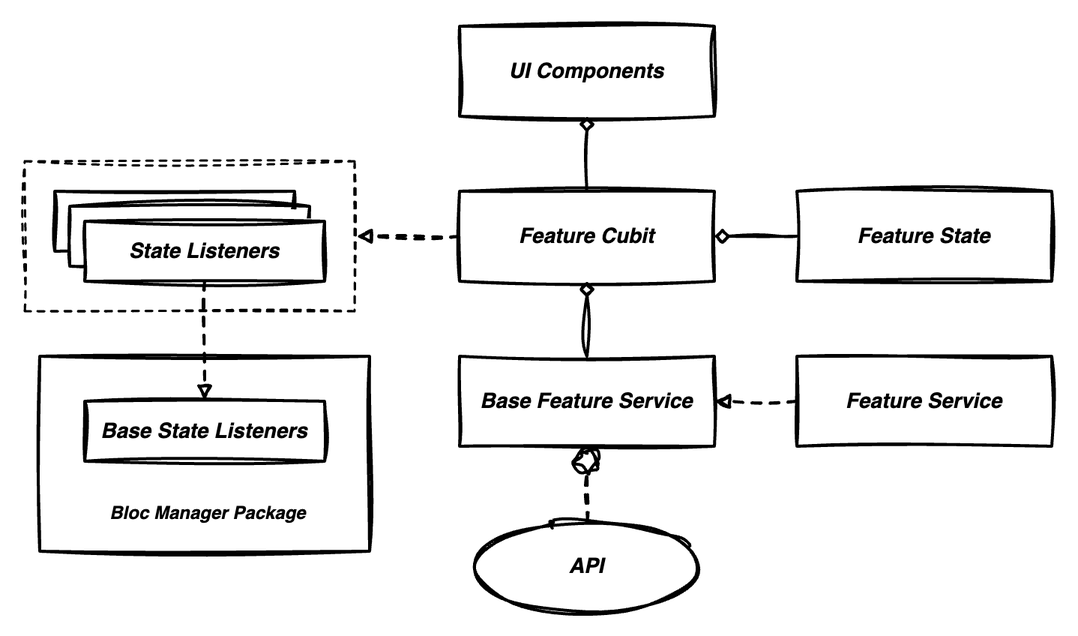
Earlier version of the draw.io export go_architecture.drawio.png (hamed-rezaee/flutter_component_architecture_poc). Source tidied: cells renumbered, new cells last; positions are measured from the earlier drawing's top-left corner, leaving out a move shared by most shapes.
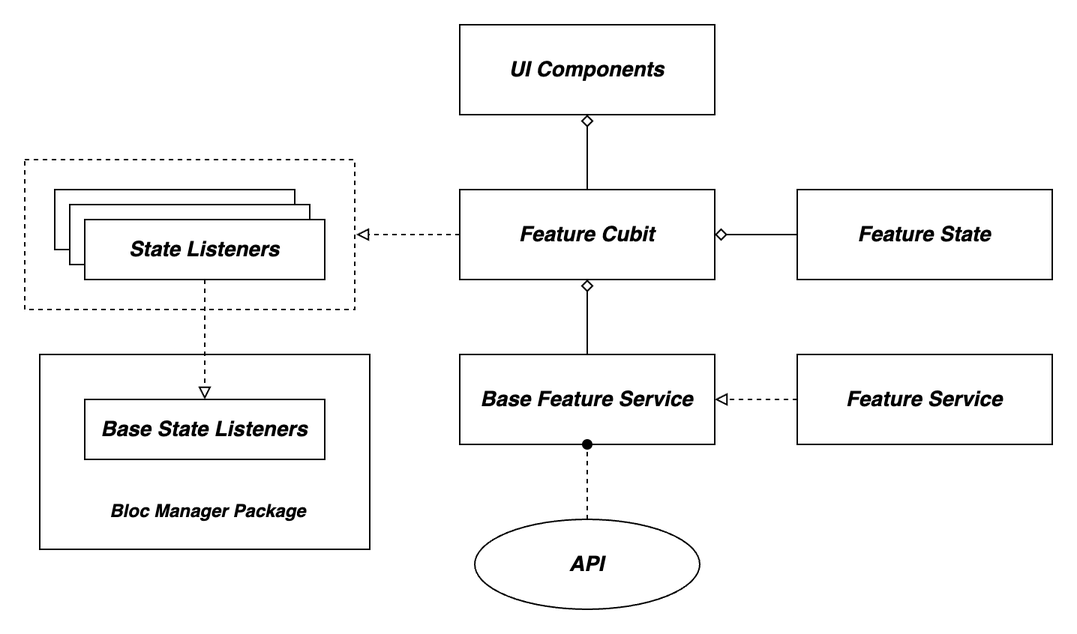
Above is the later version.

Change to the diagram source:
```diff
@@ -2,64 +2,64 @@
   <root>
     <mxCell id="0" />
     <mxCell id="1" parent="0" />
-    <mxCell id="2" style="rounded=0;whiteSpace=wrap;html=1;fontSize=14;sketch=1;curveFitting=1;jiggle=2;fontStyle=0;startSize=50;strokeWidth=2;shadow=0;dashed=0;arcSize=4;" parent="1" vertex="1">
+    <mxCell id="2" style="rounded=0;whiteSpace=wrap;html=1;fontSize=14;fontStyle=0;startSize=50;strokeWidth=1;shadow=0;dashed=0;arcSize=4;" parent="1" vertex="1">
       <mxGeometry x="10" y="220" width="220" height="130" as="geometry" />
     </mxCell>
-    <mxCell id="3" value="&lt;b&gt;&lt;i&gt;&lt;font style=&quot;font-size: 14px;&quot;&gt;Base Feature Service&lt;br&gt;&lt;/font&gt;&lt;/i&gt;&lt;/b&gt;" style="rounded=0;whiteSpace=wrap;html=1;sketch=1;curveFitting=1;jiggle=2;fontSize=14;fontStyle=0;startSize=50;strokeWidth=2;shadow=0;dashed=0;arcSize=4;" parent="1" vertex="1">
+    <mxCell id="3" value="&lt;b&gt;&lt;i&gt;&lt;font style=&quot;font-size: 14px;&quot;&gt;Base Feature Service&lt;br&gt;&lt;/font&gt;&lt;/i&gt;&lt;/b&gt;" style="rounded=0;whiteSpace=wrap;html=1;fontSize=14;fontStyle=0;startSize=50;strokeWidth=1;shadow=0;dashed=0;arcSize=4;" parent="1" vertex="1">
       <mxGeometry x="290" y="220" width="170" height="60" as="geometry" />
     </mxCell>
-    <mxCell id="4" style="edgeStyle=orthogonalEdgeStyle;rounded=0;jettySize=auto;html=1;exitX=0.5;exitY=0;exitDx=0;exitDy=0;entryX=0.5;entryY=1;entryDx=0;entryDy=0;endArrow=diamond;endFill=0;sketch=1;curveFitting=1;jiggle=2;strokeWidth=2;" parent="1" edge="1" source="3" target="9">
+    <mxCell id="4" style="edgeStyle=orthogonalEdgeStyle;rounded=0;jettySize=auto;html=1;exitX=0.5;exitY=0;exitDx=0;exitDy=0;entryX=0.5;entryY=1;entryDx=0;entryDy=0;endArrow=diamond;endFill=0;strokeWidth=1;" parent="1" edge="1" source="3" target="9">
       <mxGeometry relative="1" as="geometry" />
     </mxCell>
-    <mxCell id="5" style="edgeStyle=orthogonalEdgeStyle;rounded=0;jettySize=auto;html=1;entryX=0.5;entryY=1;entryDx=0;entryDy=0;endArrow=circle;endFill=0;sketch=1;curveFitting=1;jiggle=2;dashed=1;strokeWidth=2;exitX=0.5;exitY=0;exitDx=0;exitDy=0;" parent="1" edge="1" source="6" target="3">
+    <mxCell id="5" style="edgeStyle=orthogonalEdgeStyle;rounded=0;jettySize=auto;html=1;entryX=0.5;entryY=1;entryDx=0;entryDy=0;endArrow=oval;endFill=1;dashed=1;strokeWidth=1;exitX=0.5;exitY=0;exitDx=0;exitDy=0;" parent="1" edge="1" source="6" target="3">
       <mxGeometry relative="1" as="geometry" />
     </mxCell>
-    <mxCell id="6" value="&lt;font style=&quot;font-size: 14px;&quot;&gt;&lt;i&gt;API&lt;/i&gt;&lt;/font&gt;" style="ellipse;whiteSpace=wrap;html=1;fontStyle=1;fontSize=12;sketch=1;curveFitting=1;jiggle=2;strokeWidth=2;" parent="1" vertex="1">
+    <mxCell id="6" value="&lt;font style=&quot;font-size: 14px;&quot;&gt;&lt;i&gt;API&lt;/i&gt;&lt;/font&gt;" style="ellipse;whiteSpace=wrap;html=1;fontStyle=1;fontSize=12;strokeWidth=1;" parent="1" vertex="1">
       <mxGeometry x="300" y="330" width="150" height="60" as="geometry" />
     </mxCell>
-    <mxCell id="7" value="&lt;b&gt;&lt;i&gt;Feature State&lt;/i&gt;&lt;/b&gt;" style="rounded=0;whiteSpace=wrap;html=1;sketch=1;curveFitting=1;jiggle=2;fontSize=14;fontStyle=0;startSize=50;strokeWidth=2;shadow=0;dashed=0;arcSize=4;" parent="1" vertex="1">
+    <mxCell id="7" value="&lt;b&gt;&lt;i&gt;Feature State&lt;/i&gt;&lt;/b&gt;" style="rounded=0;whiteSpace=wrap;html=1;fontSize=14;fontStyle=0;startSize=50;strokeWidth=1;shadow=0;dashed=0;arcSize=4;" parent="1" vertex="1">
       <mxGeometry x="515" y="110" width="170" height="60" as="geometry" />
     </mxCell>
-    <mxCell id="8" style="edgeStyle=orthogonalEdgeStyle;rounded=0;jettySize=auto;html=1;exitX=0;exitY=0.5;exitDx=0;exitDy=0;entryX=1;entryY=0.5;entryDx=0;entryDy=0;endArrow=block;endFill=0;sketch=1;curveFitting=1;jiggle=2;strokeWidth=2;dashed=1;" parent="1" edge="1" source="9" target="15">
+    <mxCell id="8" style="edgeStyle=orthogonalEdgeStyle;rounded=0;jettySize=auto;html=1;exitX=0;exitY=0.5;exitDx=0;exitDy=0;entryX=1;entryY=0.5;entryDx=0;entryDy=0;endArrow=block;endFill=0;strokeWidth=1;dashed=1;" parent="1" edge="1" source="9" target="15">
       <mxGeometry relative="1" as="geometry" />
     </mxCell>
-    <mxCell id="9" value="&lt;b&gt;&lt;i&gt;Feature Cubit&lt;/i&gt;&lt;/b&gt;" style="rounded=0;whiteSpace=wrap;html=1;sketch=1;curveFitting=1;jiggle=2;fontSize=14;fontStyle=0;startSize=50;strokeWidth=2;shadow=0;dashed=0;arcSize=4;" parent="1" vertex="1">
+    <mxCell id="9" value="&lt;b&gt;&lt;i&gt;Feature Cubit&lt;/i&gt;&lt;/b&gt;" style="rounded=0;whiteSpace=wrap;html=1;fontSize=14;fontStyle=0;startSize=50;strokeWidth=1;shadow=0;dashed=0;arcSize=4;" parent="1" vertex="1">
       <mxGeometry x="290" y="110" width="170" height="60" as="geometry" />
     </mxCell>
-    <mxCell id="10" value="&lt;b&gt;&lt;i&gt;UI Components&lt;/i&gt;&lt;/b&gt;" style="rounded=0;whiteSpace=wrap;html=1;sketch=1;curveFitting=1;jiggle=2;fontSize=14;fontStyle=0;startSize=50;strokeWidth=2;shadow=0;dashed=0;arcSize=4;" parent="1" vertex="1">
+    <mxCell id="10" value="&lt;b&gt;&lt;i&gt;UI Components&lt;/i&gt;&lt;/b&gt;" style="rounded=0;whiteSpace=wrap;html=1;fontSize=14;fontStyle=0;startSize=50;strokeWidth=1;shadow=0;dashed=0;arcSize=4;" parent="1" vertex="1">
       <mxGeometry x="290" width="170" height="60" as="geometry" />
     </mxCell>
-    <mxCell id="11" style="edgeStyle=orthogonalEdgeStyle;rounded=0;jettySize=auto;html=1;exitX=0.5;exitY=0;exitDx=0;exitDy=0;entryX=0.5;entryY=1;entryDx=0;entryDy=0;endArrow=diamond;endFill=0;sketch=1;curveFitting=1;jiggle=2;strokeWidth=2;" parent="1" edge="1" source="9" target="10">
+    <mxCell id="11" style="edgeStyle=orthogonalEdgeStyle;rounded=0;jettySize=auto;html=1;exitX=0.5;exitY=0;exitDx=0;exitDy=0;entryX=0.5;entryY=1;entryDx=0;entryDy=0;endArrow=diamond;endFill=0;strokeWidth=1;" parent="1" edge="1" source="9" target="10">
       <mxGeometry relative="1" as="geometry" />
     </mxCell>
-    <mxCell id="12" style="edgeStyle=orthogonalEdgeStyle;rounded=0;jettySize=auto;html=1;exitX=0;exitY=0.5;exitDx=0;exitDy=0;entryX=1;entryY=0.5;entryDx=0;entryDy=0;endArrow=block;endFill=0;sketch=1;curveFitting=1;jiggle=2;strokeWidth=2;dashed=1;" parent="1" edge="1" source="13" target="3">
+    <mxCell id="12" style="edgeStyle=orthogonalEdgeStyle;rounded=0;jettySize=auto;html=1;exitX=0;exitY=0.5;exitDx=0;exitDy=0;entryX=1;entryY=0.5;entryDx=0;entryDy=0;endArrow=block;endFill=0;strokeWidth=1;dashed=1;" parent="1" edge="1" source="13" target="3">
       <mxGeometry relative="1" as="geometry" />
     </mxCell>
-    <mxCell id="13" value="&lt;font style=&quot;&quot;&gt;&lt;b style=&quot;&quot;&gt;&lt;i&gt;Feature Service&lt;/i&gt;&lt;/b&gt;&lt;br&gt;&lt;/font&gt;" style="rounded=0;whiteSpace=wrap;html=1;sketch=1;curveFitting=1;jiggle=2;fontSize=14;fontStyle=0;startSize=50;strokeWidth=2;shadow=0;dashed=0;arcSize=4;" parent="1" vertex="1">
+    <mxCell id="13" value="&lt;font style=&quot;&quot;&gt;&lt;b style=&quot;&quot;&gt;&lt;i&gt;Feature Service&lt;/i&gt;&lt;/b&gt;&lt;br&gt;&lt;/font&gt;" style="rounded=0;whiteSpace=wrap;html=1;fontSize=14;fontStyle=0;startSize=50;strokeWidth=1;shadow=0;dashed=0;arcSize=4;" parent="1" vertex="1">
       <mxGeometry x="515" y="220" width="170" height="60" as="geometry" />
     </mxCell>
-    <mxCell id="14" style="edgeStyle=orthogonalEdgeStyle;rounded=0;jettySize=auto;html=1;entryX=1;entryY=0.5;entryDx=0;entryDy=0;endArrow=diamond;endFill=0;sketch=1;curveFitting=1;jiggle=2;strokeWidth=2;" parent="1" edge="1" source="7" target="9">
+    <mxCell id="14" style="edgeStyle=orthogonalEdgeStyle;rounded=0;jettySize=auto;html=1;entryX=1;entryY=0.5;entryDx=0;entryDy=0;endArrow=diamond;endFill=0;strokeWidth=1;" parent="1" edge="1" source="7" target="9">
       <mxGeometry relative="1" as="geometry" />
     </mxCell>
-    <mxCell id="15" style="rounded=0;whiteSpace=wrap;html=1;dashed=1;shadow=0;glass=0;sketch=1;curveFitting=1;jiggle=2;strokeWidth=1.5;perimeterSpacing=1;" parent="1" vertex="1">
+    <mxCell id="15" style="rounded=0;whiteSpace=wrap;html=1;dashed=1;shadow=0;glass=0;strokeWidth=1;perimeterSpacing=1;" parent="1" vertex="1">
       <mxGeometry y="90" width="220" height="100" as="geometry" />
     </mxCell>
-    <mxCell id="16" value="&lt;b&gt;&lt;i&gt;&lt;font style=&quot;font-size: 14px;&quot;&gt;State Listeners&lt;br&gt;&lt;/font&gt;&lt;/i&gt;&lt;/b&gt;" style="rounded=0;whiteSpace=wrap;html=1;sketch=1;curveFitting=1;jiggle=2;fontSize=14;fontStyle=0;startSize=50;strokeWidth=2;shadow=0;dashed=0;arcSize=4;" parent="1" vertex="1">
+    <mxCell id="16" value="&lt;b&gt;&lt;i&gt;&lt;font style=&quot;font-size: 14px;&quot;&gt;State Listeners&lt;br&gt;&lt;/font&gt;&lt;/i&gt;&lt;/b&gt;" style="rounded=0;whiteSpace=wrap;html=1;fontSize=14;fontStyle=0;startSize=50;strokeWidth=1;shadow=0;dashed=0;arcSize=4;" parent="1" vertex="1">
       <mxGeometry x="20" y="110" width="160" height="40" as="geometry" />
     </mxCell>
-    <mxCell id="17" value="&lt;b&gt;&lt;i&gt;&lt;font style=&quot;font-size: 14px;&quot;&gt;State Listeners&lt;br&gt;&lt;/font&gt;&lt;/i&gt;&lt;/b&gt;" style="rounded=0;whiteSpace=wrap;html=1;sketch=1;curveFitting=1;jiggle=2;fontSize=14;fontStyle=0;startSize=50;strokeWidth=2;shadow=0;dashed=0;arcSize=4;" parent="1" vertex="1">
+    <mxCell id="17" value="&lt;b&gt;&lt;i&gt;&lt;font style=&quot;font-size: 14px;&quot;&gt;State Listeners&lt;br&gt;&lt;/font&gt;&lt;/i&gt;&lt;/b&gt;" style="rounded=0;whiteSpace=wrap;html=1;fontSize=14;fontStyle=0;startSize=50;strokeWidth=1;shadow=0;dashed=0;arcSize=4;" parent="1" vertex="1">
       <mxGeometry x="30" y="120" width="160" height="40" as="geometry" />
     </mxCell>
-    <mxCell id="18" value="&lt;b&gt;&lt;i&gt;&lt;font style=&quot;font-size: 14px;&quot;&gt;State Listeners&lt;br&gt;&lt;/font&gt;&lt;/i&gt;&lt;/b&gt;" style="rounded=0;whiteSpace=wrap;html=1;sketch=1;curveFitting=1;jiggle=2;fontSize=14;fontStyle=0;startSize=50;strokeWidth=2;shadow=0;dashed=0;arcSize=4;" parent="1" vertex="1">
+    <mxCell id="18" value="&lt;b&gt;&lt;i&gt;&lt;font style=&quot;font-size: 14px;&quot;&gt;State Listeners&lt;br&gt;&lt;/font&gt;&lt;/i&gt;&lt;/b&gt;" style="rounded=0;whiteSpace=wrap;html=1;fontSize=14;fontStyle=0;startSize=50;strokeWidth=1;shadow=0;dashed=0;arcSize=4;" parent="1" vertex="1">
       <mxGeometry x="40" y="130" width="160" height="40" as="geometry" />
     </mxCell>
-    <mxCell id="19" value="&lt;b&gt;&lt;i&gt;&lt;font style=&quot;font-size: 14px;&quot;&gt;Base State Listeners&lt;br&gt;&lt;/font&gt;&lt;/i&gt;&lt;/b&gt;" style="rounded=0;whiteSpace=wrap;html=1;sketch=1;curveFitting=1;jiggle=2;fontSize=14;fontStyle=0;startSize=50;strokeWidth=2;shadow=0;dashed=0;arcSize=4;" parent="1" vertex="1">
+    <mxCell id="19" value="&lt;b&gt;&lt;i&gt;&lt;font style=&quot;font-size: 14px;&quot;&gt;Base State Listeners&lt;br&gt;&lt;/font&gt;&lt;/i&gt;&lt;/b&gt;" style="rounded=0;whiteSpace=wrap;html=1;fontSize=14;fontStyle=0;startSize=50;strokeWidth=1;shadow=0;dashed=0;arcSize=4;" parent="1" vertex="1">
       <mxGeometry x="40" y="250" width="160" height="40" as="geometry" />
     </mxCell>
-    <mxCell id="20" style="edgeStyle=orthogonalEdgeStyle;rounded=0;jettySize=auto;html=1;exitX=0.5;exitY=1;exitDx=0;exitDy=0;entryX=0.5;entryY=0;entryDx=0;entryDy=0;endArrow=block;endFill=0;sketch=1;curveFitting=1;jiggle=2;strokeWidth=2;dashed=1;" parent="1" edge="1" source="18" target="19">
+    <mxCell id="20" style="edgeStyle=orthogonalEdgeStyle;rounded=0;jettySize=auto;html=1;exitX=0.5;exitY=1;exitDx=0;exitDy=0;entryX=0.5;entryY=0;entryDx=0;entryDy=0;endArrow=block;endFill=0;strokeWidth=1;dashed=1;" parent="1" edge="1" source="18" target="19">
       <mxGeometry relative="1" as="geometry" />
     </mxCell>
-    <mxCell id="21" value="&lt;i&gt;&lt;b&gt;Bloc Manager Package&lt;/b&gt;&lt;/i&gt;" style="text;html=1;strokeColor=none;fillColor=none;align=center;verticalAlign=middle;whiteSpace=wrap;rounded=0;" parent="1" vertex="1">
+    <mxCell id="21" value="&lt;i&gt;&lt;b&gt;Bloc Manager Package&lt;/b&gt;&lt;/i&gt;" style="text;html=1;strokeColor=none;fillColor=none;align=center;verticalAlign=middle;whiteSpace=wrap;rounded=0;strokeWidth=1;" parent="1" vertex="1">
       <mxGeometry x="55" y="310" width="135" height="30" as="geometry" />
     </mxCell>
   </root>
```
